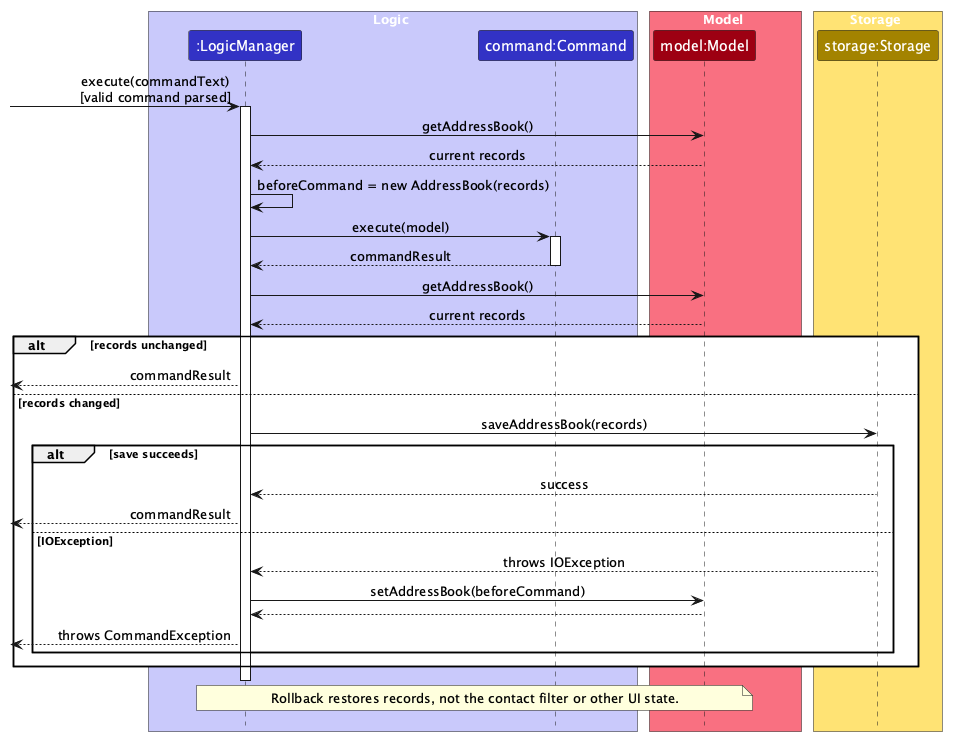
This is docs/images/SaveRollbackSequenceDiagram.png from AY2627S1-CS2103T-T12-3/tp, a PlantUML export, as it was before one commit.
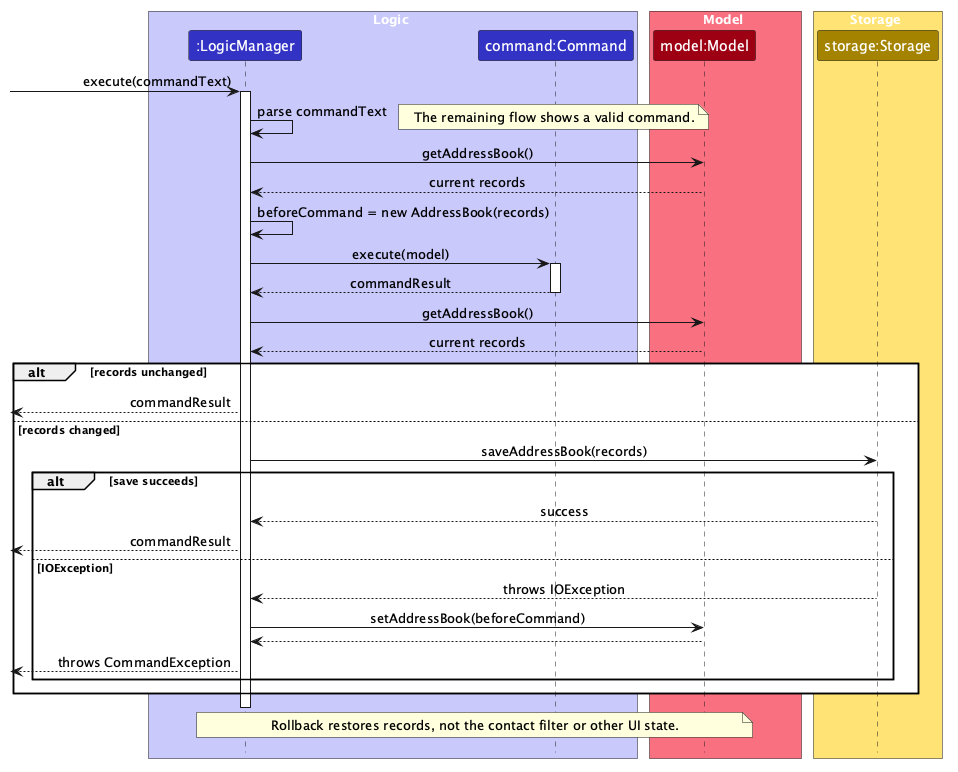
After the commit.

Commit message:
Correct developer guide search and save diagrams

Change to the diagram source:
```diff
@@ -13,8 +13,10 @@
 participant "storage:Storage" as storage STORAGE_COLOR
 end box
 
-[-> logic : execute(commandText)\n[valid command parsed]
+[-> logic : execute(commandText)
 activate logic
+logic -> logic : parse commandText
+note right: The remaining flow shows a valid command.
 logic -> model : getAddressBook()
 model --> logic : current records
 logic -> logic : beforeCommand = new AddressBook(records)
```
